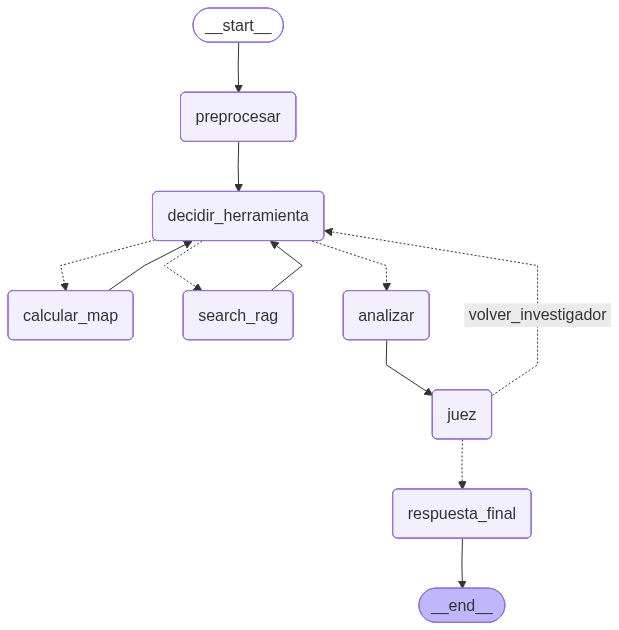
The Mermaid diagram outputs/diagrama_multiagente.png in SebaRHLM/Sistema-Multi-Agente, before a commit. Its source is kept beside it as outputs/diagrama_multiagente.mmd. Source of this version:
```mermaid
---
config:
  flowchart:
    curve: linear
---
graph TD;
	__start__([<p>__start__</p>]):::first
	preprocesar(preprocesar)
	decidir_herramienta(decidir_herramienta)
	calcular_map(calcular_map)
	search_rag(search_rag)
	analizar(analizar)
	juez(juez)
	respuesta_final(respuesta_final)
	__end__([<p>__end__</p>]):::last
	__start__ --> preprocesar;
	analizar --> juez;
	calcular_map --> decidir_herramienta;
	decidir_herramienta -.-> analizar;
	decidir_herramienta -.-> calcular_map;
	decidir_herramienta -.-> search_rag;
	juez -. &nbsp;volver_investigador&nbsp; .-> decidir_herramienta;
	juez -.-> respuesta_final;
	preprocesar --> decidir_herramienta;
	search_rag --> decidir_herramienta;
	respuesta_final --> __end__;
	classDef default fill:#f2f0ff,line-height:1.2
	classDef first fill-opacity:0
	classDef last fill:#bfb6fc
```
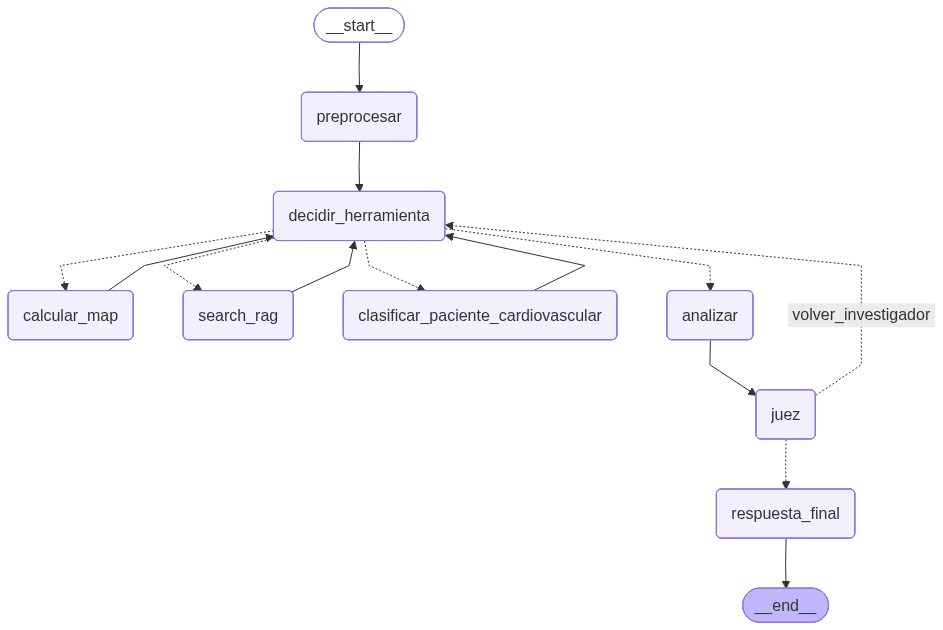
The same file after the commit.

What changed in the source:
```diff
@@ -9,6 +9,7 @@
 	decidir_herramienta(decidir_herramienta)
 	calcular_map(calcular_map)
 	search_rag(search_rag)
+	clasificar_paciente_cardiovascular(clasificar_paciente_cardiovascular)
 	analizar(analizar)
 	juez(juez)
 	respuesta_final(respuesta_final)
@@ -16,8 +17,10 @@
 	__start__ --> preprocesar;
 	analizar --> juez;
 	calcular_map --> decidir_herramienta;
+	clasificar_paciente_cardiovascular --> decidir_herramienta;
 	decidir_herramienta -.-> analizar;
 	decidir_herramienta -.-> calcular_map;
+	decidir_herramienta -.-> clasificar_paciente_cardiovascular;
 	decidir_herramienta -.-> search_rag;
 	juez -. &nbsp;volver_investigador&nbsp; .-> decidir_herramienta;
 	juez -.-> respuesta_final;
```
